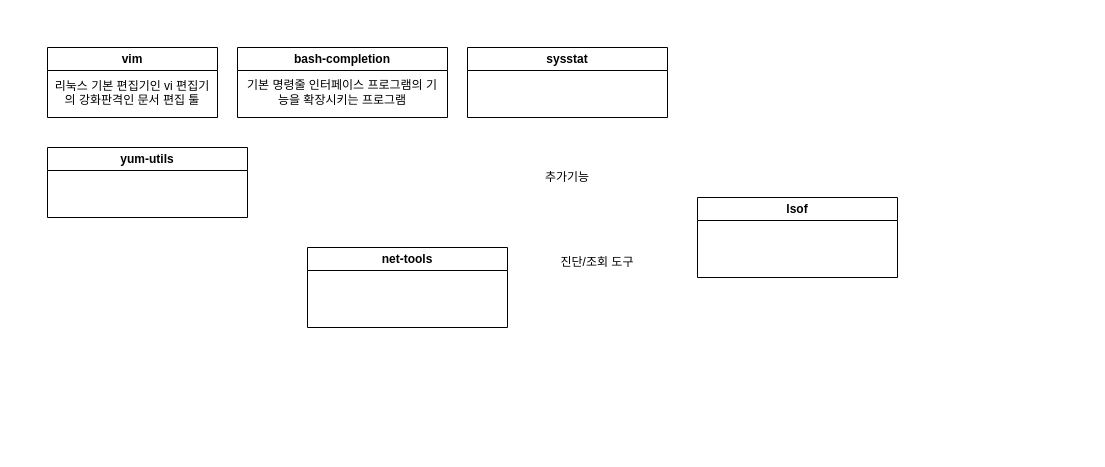
yokikim/Report-resource-linux keeps this draw.io diagram as list_packages.drawio. Above is the earlier version. Source tidied: cells renumbered, new cells numbered last; positions are measured from the earlier drawing's top-left corner, leaving out a move shared by most shapes. Both pictures are drawn from the tidied source at 100%, with x=0, y=0 at pixel (47, 47).
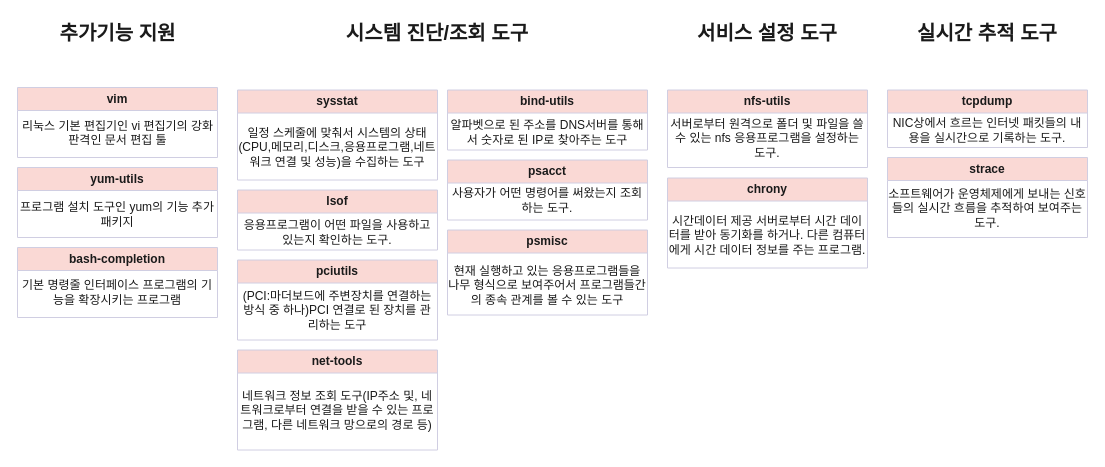
Above is the later version.

The edit, as a diff of the source:
```diff
@@
-    <mxCell id="2" value="vim" style="swimlane;whiteSpace=wrap;html=1;rounded=0;labelBackgroundColor=none;" parent="1" vertex="1">
-      <mxGeometry width="170" height="70" as="geometry" />
+    <mxCell id="2" value="vim" style="swimlane;whiteSpace=wrap;html=1;rounded=0;labelBackgroundColor=none;fillColor=#FAD9D5;strokeColor=#D0CEE2;fontColor=#1A1A1A;" parent="1" vertex="1">
+      <mxGeometry x="-30" y="40" width="200" height="70" as="geometry" />
     </mxCell>
-    <mxCell id="3" value="리눅스 기본 편집기인 vi 편집기의 강화판격인 문서 편집 툴" style="text;html=1;strokeColor=none;fillColor=none;align=center;verticalAlign=top;whiteSpace=wrap;rounded=0;labelBackgroundColor=none;" parent="2" vertex="1">
-      <mxGeometry x="5" y="25" width="160" height="40" as="geometry" />
+    <mxCell id="3" value="리눅스 기본 편집기인 vi 편집기의 강화판격인 문서 편집 툴" style="text;html=1;strokeColor=none;fillColor=none;align=center;verticalAlign=top;whiteSpace=wrap;rounded=0;labelBackgroundColor=none;fontColor=#1A1A1A;" parent="2" vertex="1">
+      <mxGeometry x="3" y="25" width="195" height="40" as="geometry" />
     </mxCell>
-    <mxCell id="4" value="bash-completion" style="swimlane;whiteSpace=wrap;html=1;rounded=0;labelBackgroundColor=none;" parent="1" vertex="1">
-      <mxGeometry x="190" width="210" height="70" as="geometry" />
+    <mxCell id="4" value="bash-completion" style="swimlane;whiteSpace=wrap;html=1;rounded=0;labelBackgroundColor=none;fillColor=#FAD9D5;strokeColor=#D0CEE2;fontColor=#1A1A1A;" parent="1" vertex="1">
+      <mxGeometry x="-30" y="200" width="200" height="70" as="geometry" />
     </mxCell>
-    <mxCell id="5" value="기본 명령줄 인터페이스 프로그램의 기능을 확장시키는 프로그램" style="text;html=1;strokeColor=none;fillColor=none;align=center;verticalAlign=middle;whiteSpace=wrap;rounded=0;labelBackgroundColor=none;" parent="4" vertex="1">
-      <mxGeometry x="5" y="30" width="200" height="30" as="geometry" />
+    <mxCell id="5" value="기본 명령줄 인터페이스 프로그램의 기능을 확장시키는 프로그램" style="text;html=1;strokeColor=none;fillColor=none;align=center;verticalAlign=middle;whiteSpace=wrap;rounded=0;labelBackgroundColor=none;fontColor=#1A1A1A;" parent="4" vertex="1">
+      <mxGeometry y="30" width="200" height="30" as="geometry" />
     </mxCell>
-    <mxCell id="6" value="sysstat" style="swimlane;whiteSpace=wrap;html=1;" parent="1" vertex="1">
-      <mxGeometry x="420" width="200" height="70" as="geometry" />
+    <mxCell id="6" value="sysstat" style="swimlane;whiteSpace=wrap;html=1;labelBackgroundColor=none;fillColor=#FAD9D5;strokeColor=#D0CEE2;fontColor=#1A1A1A;" parent="1" vertex="1">
+      <mxGeometry x="190" y="42.5" width="200" height="90" as="geometry" />
     </mxCell>
+    <mxCell id="12" value="일정 스케줄에 맞춰서 시스템의 상태(CPU,메모리,디스크,응용프로그램,네트워크 연결 및 성능)을 수집하는 도구" style="text;html=1;strokeColor=none;fillColor=none;align=center;verticalAlign=middle;whiteSpace=wrap;rounded=0;labelBackgroundColor=none;fontColor=#1A1A1A;" parent="6" vertex="1">
+      <mxGeometry y="27" width="200" height="60" as="geometry" />
+    </mxCell>
-    <mxCell id="7" value="yum-utils" style="swimlane;whiteSpace=wrap;html=1;" parent="1" vertex="1">
-      <mxGeometry y="100" width="200" height="70" as="geometry" />
+    <mxCell id="7" value="yum-utils" style="swimlane;whiteSpace=wrap;html=1;labelBackgroundColor=none;fillColor=#FAD9D5;strokeColor=#D0CEE2;fontColor=#1A1A1A;" parent="1" vertex="1">
+      <mxGeometry x="-30" y="120" width="200" height="70" as="geometry" />
     </mxCell>
-    <mxCell id="8" value="추가기능" style="text;html=1;strokeColor=none;fillColor=none;align=center;verticalAlign=middle;whiteSpace=wrap;rounded=0;" parent="1" vertex="1">
-      <mxGeometry x="470" y="110" width="100" height="40" as="geometry" />
-    </mxCell>
+    <mxCell id="13" value="프로그램 설치 도구인 yum의 기능 추가 패키지" style="text;html=1;strokeColor=none;fillColor=none;align=center;verticalAlign=middle;whiteSpace=wrap;rounded=0;labelBackgroundColor=none;fontColor=#1A1A1A;" parent="7" vertex="1">
+      <mxGeometry y="23" width="200" height="47" as="geometry" />
+    </mxCell>
-    <mxCell id="9" value="net-tools" style="swimlane;whiteSpace=wrap;html=1;" parent="1" vertex="1">
-      <mxGeometry x="260" y="200" width="200" height="80" as="geometry" />
+    <mxCell id="9" value="net-tools" style="swimlane;whiteSpace=wrap;html=1;labelBackgroundColor=none;fillColor=#FAD9D5;strokeColor=#D0CEE2;fontColor=#1A1A1A;" parent="1" vertex="1">
+      <mxGeometry x="190" y="302.5" width="200" height="100" as="geometry" />
     </mxCell>
+    <mxCell id="14" value="네트워크 정보 조회 도구(IP주소 및, 네트워크로부터 연결을 받을 수 있는 프로그램, 다른 네트워크 망으로의 경로 등)" style="text;html=1;strokeColor=none;fillColor=none;align=center;verticalAlign=middle;whiteSpace=wrap;rounded=0;labelBackgroundColor=none;fontColor=#1A1A1A;" parent="9" vertex="1">
+      <mxGeometry y="30" width="200" height="60" as="geometry" />
+    </mxCell>
-    <mxCell id="10" value="lsof" style="swimlane;whiteSpace=wrap;html=1;" parent="1" vertex="1">
-      <mxGeometry x="650" y="150" width="200" height="80" as="geometry" />
+    <mxCell id="10" value="lsof" style="swimlane;whiteSpace=wrap;html=1;labelBackgroundColor=none;fillColor=#FAD9D5;strokeColor=#D0CEE2;fontColor=#1A1A1A;" parent="1" vertex="1">
+      <mxGeometry x="190" y="142.5" width="200" height="60" as="geometry" />
     </mxCell>
+    <mxCell id="15" value="응용프로그램이 어떤 파일을 사용하고 있는지 확인하는 도구." style="text;html=1;strokeColor=none;fillColor=none;align=center;verticalAlign=middle;whiteSpace=wrap;rounded=0;labelBackgroundColor=none;fontColor=#1A1A1A;" parent="10" vertex="1">
+      <mxGeometry y="27" width="200" height="30" as="geometry" />
+    </mxCell>
-    <mxCell id="11" value="진단/조회 도구" style="text;html=1;strokeColor=none;fillColor=none;align=center;verticalAlign=middle;whiteSpace=wrap;rounded=0;" parent="1" vertex="1">
-      <mxGeometry x="500" y="200" width="100" height="30" as="geometry" />
+    <mxCell id="11" value="&lt;font style=&quot;font-size: 20px;&quot;&gt;&lt;b&gt;시스템 진단/조회 도구&lt;/b&gt;&lt;/font&gt;" style="text;html=1;strokeColor=none;fillColor=none;align=center;verticalAlign=middle;whiteSpace=wrap;rounded=0;labelBackgroundColor=none;fontColor=#1A1A1A;" parent="1" vertex="1">
+      <mxGeometry x="290" y="-30" width="200" height="30" as="geometry" />
     </mxCell>
+    <mxCell id="16" value="bind-utils" style="swimlane;whiteSpace=wrap;html=1;labelBackgroundColor=none;fillColor=#FAD9D5;strokeColor=#D0CEE2;fontColor=#1A1A1A;" parent="1" vertex="1">
+      <mxGeometry x="400" y="42.5" width="200" height="60" as="geometry" />
+    </mxCell>
+    <mxCell id="17" value="알파벳으로 된 주소를 DNS서버를 통해서 숫자로 된 IP로 찾아주는 도구" style="text;html=1;strokeColor=none;fillColor=none;align=center;verticalAlign=middle;whiteSpace=wrap;rounded=0;fontColor=#1A1A1A;" parent="16" vertex="1">
+      <mxGeometry y="27" width="200" height="30" as="geometry" />
+    </mxCell>
+    <mxCell id="18" value="pciutils" style="swimlane;whiteSpace=wrap;html=1;labelBackgroundColor=none;fillColor=#FAD9D5;strokeColor=#D0CEE2;fontColor=#1A1A1A;" parent="1" vertex="1">
+      <mxGeometry x="190" y="212.5" width="200" height="80" as="geometry" />
+    </mxCell>
+    <mxCell id="19" value="(PCI:마더보드에 주변장치를 연결하는 방식 중 하나)PCI 연결로 된 장치를 관리하는 도구" style="text;html=1;strokeColor=none;fillColor=none;align=center;verticalAlign=middle;whiteSpace=wrap;rounded=0;fontColor=#1A1A1A;" parent="18" vertex="1">
+      <mxGeometry y="30" width="200" height="40" as="geometry" />
+    </mxCell>
+    <mxCell id="20" value="&lt;font style=&quot;font-size: 20px;&quot;&gt;&lt;b&gt;서비스 설정 도구&lt;/b&gt;&lt;/font&gt;" style="text;html=1;strokeColor=none;fillColor=none;align=center;verticalAlign=middle;whiteSpace=wrap;rounded=0;labelBackgroundColor=none;fontColor=#1A1A1A;" parent="1" vertex="1">
+      <mxGeometry x="620" y="-30" width="200" height="30" as="geometry" />
+    </mxCell>
+    <mxCell id="21" value="&lt;font style=&quot;font-size: 20px;&quot;&gt;&lt;b&gt;실시간 추적 도구&lt;/b&gt;&lt;/font&gt;" style="text;html=1;strokeColor=none;fillColor=none;align=center;verticalAlign=middle;whiteSpace=wrap;rounded=0;labelBackgroundColor=none;fontColor=#1A1A1A;" parent="1" vertex="1">
+      <mxGeometry x="840" y="-30" width="200" height="30" as="geometry" />
+    </mxCell>
+    <mxCell id="22" value="tcpdump" style="swimlane;whiteSpace=wrap;html=1;labelBackgroundColor=none;fillColor=#FAD9D5;strokeColor=#D0CEE2;fontColor=#1A1A1A;" parent="1" vertex="1">
+      <mxGeometry x="840" y="42.5" width="200" height="57.5" as="geometry" />
+    </mxCell>
+    <mxCell id="23" value="NIC상에서 흐르는 인터넷 패킷들의 내용을 실시간으로 기록하는 도구." style="text;html=1;strokeColor=none;fillColor=none;align=center;verticalAlign=middle;whiteSpace=wrap;rounded=0;fontColor=#1A1A1A;" parent="22" vertex="1">
+      <mxGeometry y="25" width="200" height="30" as="geometry" />
+    </mxCell>
+    <mxCell id="24" value="psmisc" style="swimlane;whiteSpace=wrap;html=1;labelBackgroundColor=none;fillColor=#FAD9D5;strokeColor=#D0CEE2;fontColor=#1A1A1A;" parent="1" vertex="1">
+      <mxGeometry x="400" y="182.5" width="200" height="85" as="geometry" />
+    </mxCell>
+    <mxCell id="25" value="현재 실행하고 있는 응용프로그램들을 나무 형식으로 보여주어서 프로그램들간의 종속 관계를 볼 수 있는 도구" style="text;html=1;strokeColor=none;fillColor=none;align=center;verticalAlign=middle;whiteSpace=wrap;rounded=0;fontColor=#1A1A1A;" parent="24" vertex="1">
+      <mxGeometry y="25" width="200" height="60" as="geometry" />
+    </mxCell>
+    <mxCell id="26" value="nfs-utils" style="swimlane;whiteSpace=wrap;html=1;labelBackgroundColor=none;fillColor=#FAD9D5;strokeColor=#D0CEE2;fontColor=#1A1A1A;" parent="1" vertex="1">
+      <mxGeometry x="620" y="42.5" width="200" height="77.5" as="geometry" />
+    </mxCell>
+    <mxCell id="27" value="서버로부터 원격으로 폴더 및 파일을 쓸 수 있는 nfs 응용프로그램을 설정하는 도구." style="text;html=1;strokeColor=none;fillColor=none;align=center;verticalAlign=middle;whiteSpace=wrap;rounded=0;fontColor=#1A1A1A;" parent="26" vertex="1">
+      <mxGeometry y="23" width="200" height="50" as="geometry" />
+    </mxCell>
+    <mxCell id="28" value="psacct" style="swimlane;whiteSpace=wrap;html=1;labelBackgroundColor=none;fillColor=#FAD9D5;strokeColor=#D0CEE2;fontColor=#1A1A1A;" parent="1" vertex="1">
+      <mxGeometry x="400" y="112.5" width="200" height="60" as="geometry" />
+    </mxCell>
+    <mxCell id="29" value="사용자가 어떤 명령어를 써왔는지 조회하는 도구." style="text;html=1;strokeColor=none;fillColor=none;align=center;verticalAlign=middle;whiteSpace=wrap;rounded=0;fontColor=#1A1A1A;" parent="28" vertex="1">
+      <mxGeometry y="25" width="200" height="30" as="geometry" />
+    </mxCell>
+    <mxCell id="30" value="strace" style="swimlane;whiteSpace=wrap;html=1;labelBackgroundColor=none;fillColor=#FAD9D5;strokeColor=#D0CEE2;fontColor=#1A1A1A;" parent="1" vertex="1">
+      <mxGeometry x="840" y="110" width="200" height="80" as="geometry" />
+    </mxCell>
+    <mxCell id="31" value="소프트웨어가 운영체제에게 보내는 신호들의 실시간 흐름을 추적하여 보여주는 도구." style="text;html=1;strokeColor=none;fillColor=none;align=center;verticalAlign=middle;whiteSpace=wrap;rounded=0;fontColor=#1A1A1A;" parent="30" vertex="1">
+      <mxGeometry y="26" width="200" height="50" as="geometry" />
+    </mxCell>
+    <mxCell id="32" value="chrony" style="swimlane;whiteSpace=wrap;html=1;labelBackgroundColor=none;fillColor=#FAD9D5;strokeColor=#D0CEE2;fontColor=#1A1A1A;" parent="1" vertex="1">
+      <mxGeometry x="620" y="130.5" width="200" height="90" as="geometry" />
+    </mxCell>
+    <mxCell id="33" value="시간데이터 제공 서버로부터 시간 데이터를 받아 동기화를 하거나. 다른 컴퓨터에게 시간 데이터 정보를 주는 프로그램." style="text;html=1;strokeColor=none;fillColor=none;align=center;verticalAlign=middle;whiteSpace=wrap;rounded=0;fontColor=#1A1A1A;" parent="32" vertex="1">
+      <mxGeometry y="25" width="200" height="65" as="geometry" />
+    </mxCell>
+    <mxCell id="34" value="추가기능 지원" style="text;strokeColor=none;fillColor=none;html=1;fontSize=20;fontStyle=1;verticalAlign=middle;align=center;fontColor=#1A1A1A;" parent="1" vertex="1">
+      <mxGeometry x="-30" y="-30" width="200" height="30" as="geometry" />
+    </mxCell>
```
